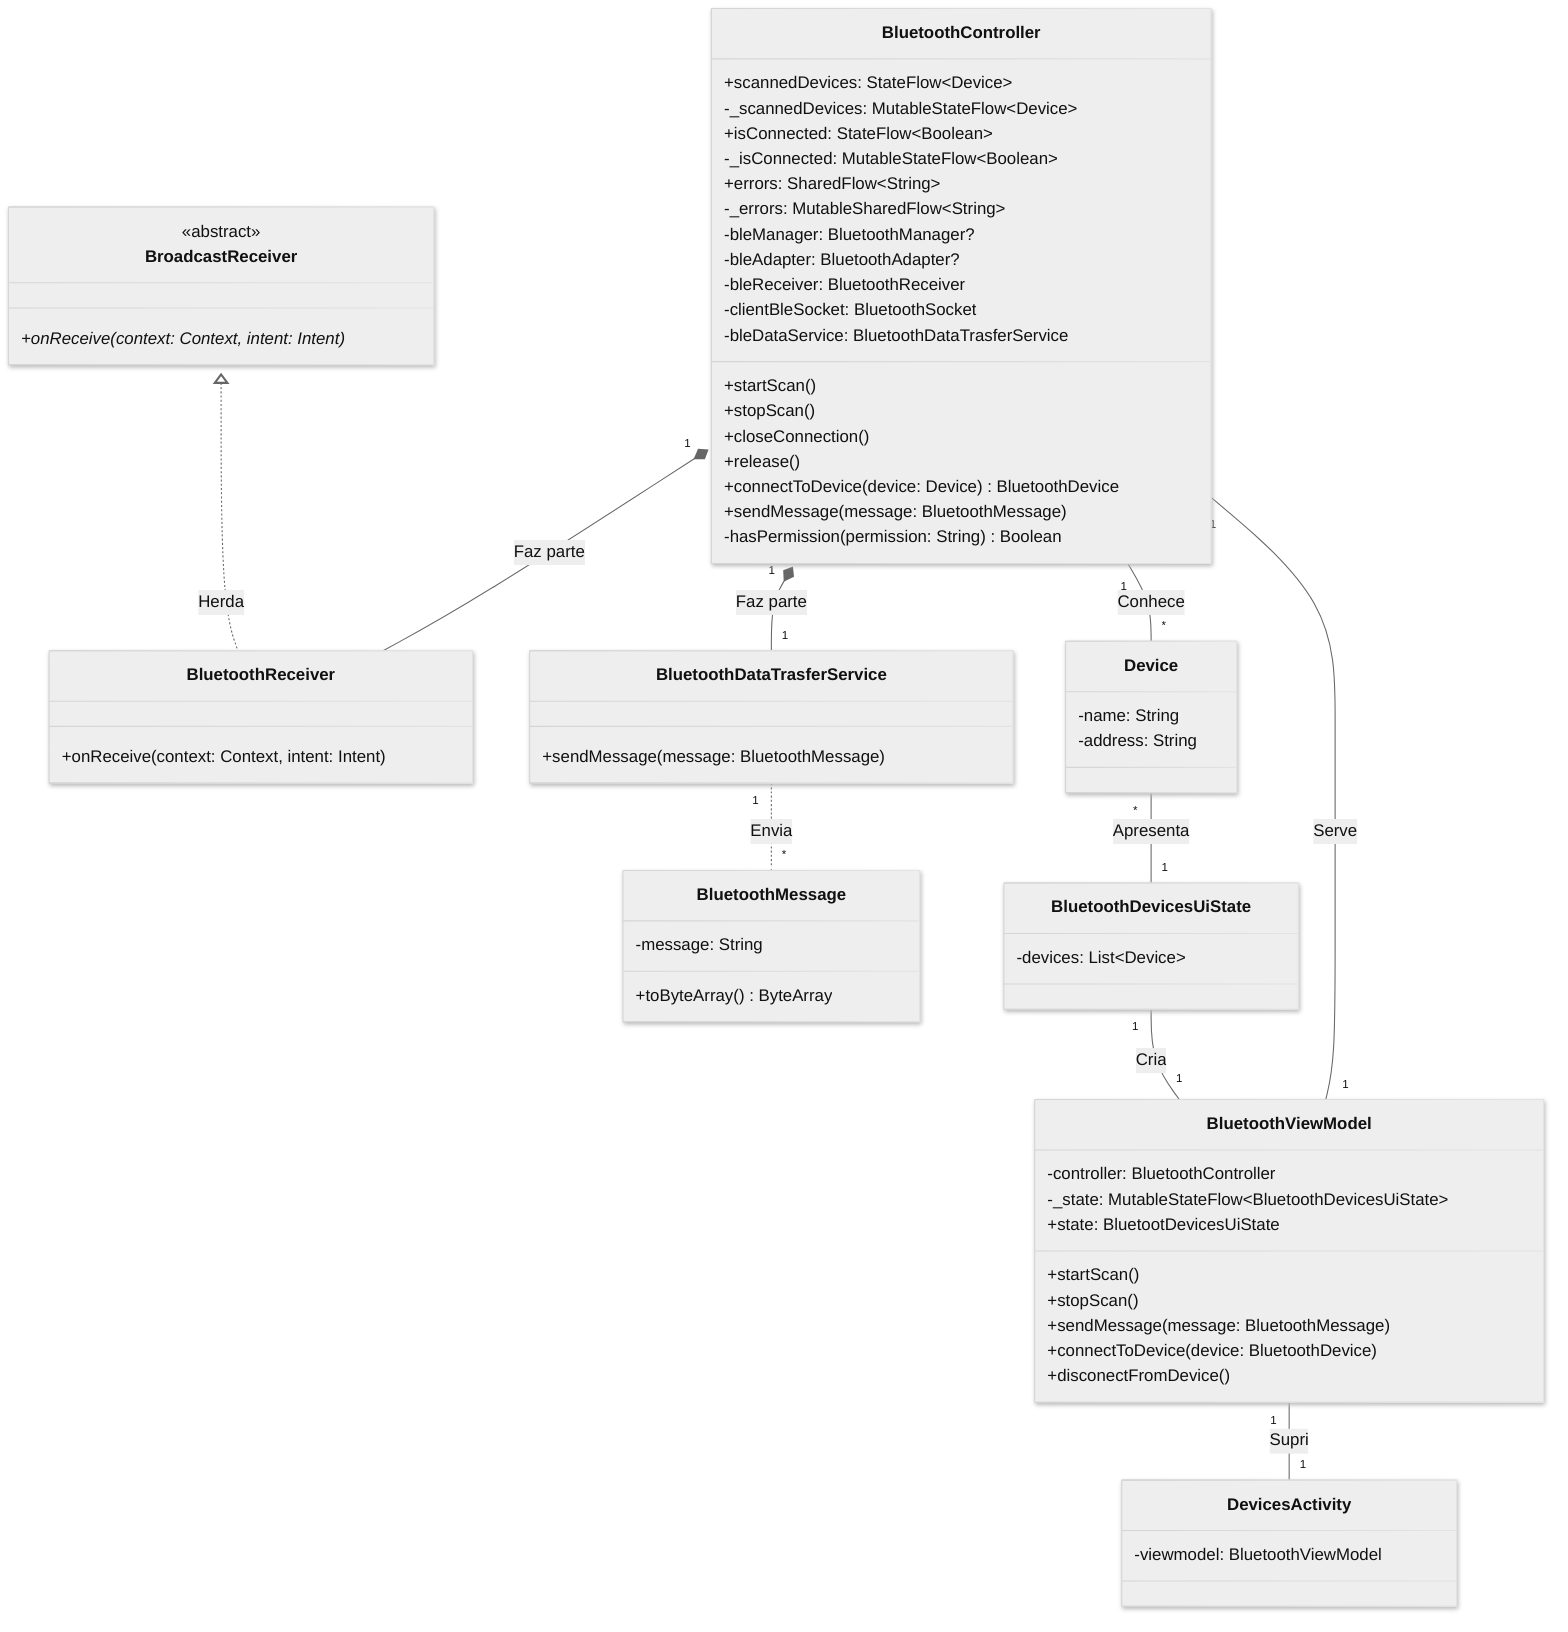
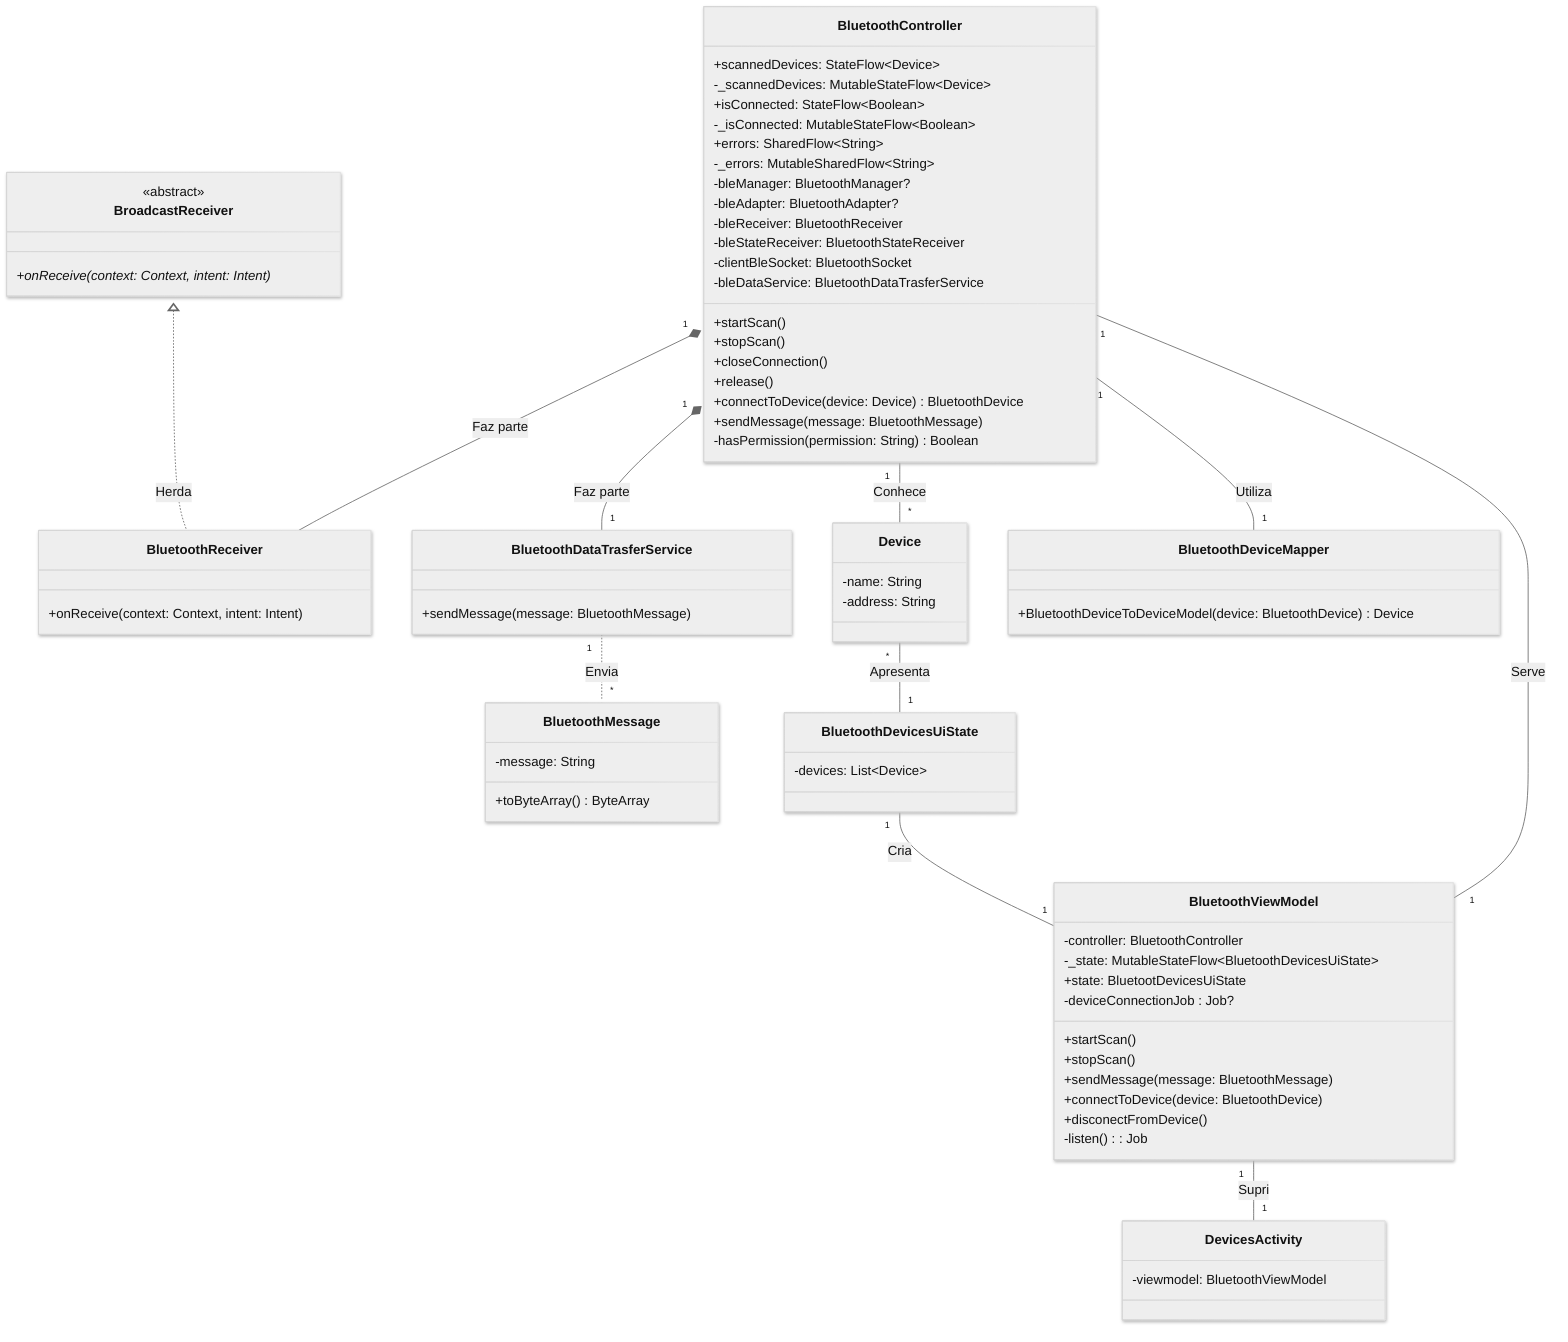
---
config:
  theme: neutral
  look: neo
---
classDiagram
-     BluetoothController "1" *-- "1" BluetoothReceiver: Faz parte
-     BluetoothController "1" *-- "1" BluetoothDataTrasferService: Faz parte
-     BluetoothController "1" -- "*" Device: Conhece
- 
-     BroadcastReceiver <|.. BluetoothReceiver: Herda
- 
-     BluetoothDataTrasferService "1" .. "*" BluetoothMessage: Envia
- 
-     Device "*" -- "1" BluetoothDevicesUiState: Apresenta
- 
-     BluetoothDevicesUiState "1" -- "1" BluetoothViewModel: Cria
-     BluetoothViewModel "1" -- "1" BluetoothController: Serve
-     BluetoothViewModel "1" -- "1" DevicesActivity: Supri
- 
    class BluetoothController {
- 
        +scannedDevices: StateFlow~Device~
        -_scannedDevices: MutableStateFlow~Device~
        +isConnected: StateFlow~Boolean~
        -_isConnected: MutableStateFlow~Boolean~
        +errors: SharedFlow~String~
        -_errors: MutableSharedFlow~String~
- 
        -bleManager: BluetoothManager?
        -bleAdapter: BluetoothAdapter?
        -bleReceiver: BluetoothReceiver
- 
+         -bleStateReceiver: BluetoothStateReceiver
        -clientBleSocket: BluetoothSocket
        -bleDataService: BluetoothDataTrasferService
- 
        +startScan()
        +stopScan()
        +closeConnection()
        +release()
- 
        +connectToDevice(device: Device) BluetoothDevice
        +sendMessage(message: BluetoothMessage)
- 
        -hasPermission(permission: String) Boolean
-     }
- 
- 
- 
-     class BroadcastReceiver {
-         <<abstract>>
-         +onReceive(context: Context, intent: Intent)*
    }

    class BluetoothReceiver {
        +onReceive(context: Context, intent: Intent)
+     }
+ 
+     class BluetoothDataTrasferService {
+         +sendMessage(message: BluetoothMessage)
    }

    class Device {
        -name: String
        -address: String
    }

-     class BluetoothDataTrasferService {
-         +sendMessage(message: BluetoothMessage)
+     class BluetoothDeviceMapper {
+         +BluetoothDeviceToDeviceModel(device: BluetoothDevice) Device
+     }
+ 
+     class BroadcastReceiver {
+         +onReceive(context: Context, intent: Intent)*
    }

    class BluetoothMessage {
        -message: String
        +toByteArray() ByteArray
    }

    class BluetoothDevicesUiState {
        -devices: List~Device~
    }

+     class DevicesActivity {
+         -viewmodel: BluetoothViewModel
+     }
+ 
    class BluetoothViewModel {
        -controller: BluetoothController
        -_state: MutableStateFlow~BluetoothDevicesUiState~
        +state: BluetootDevicesUiState
+         -deviceConnectionJob : Job?
        +startScan()
        +stopScan()
        +sendMessage(message: BluetoothMessage)
        +connectToDevice(device: BluetoothDevice)
        +disconectFromDevice()
+         -listen(): Job
    }

-     class DevicesActivity {
-         -viewmodel: BluetoothViewModel
-     }+     <<abstract>> BroadcastReceiver
+ 
+     BluetoothController "1" *-- "1" BluetoothReceiver : Faz parte
+     BluetoothController "1" *-- "1" BluetoothDataTrasferService : Faz parte
+     BluetoothController "1" -- "*" Device : Conhece
+     BluetoothController "1" -- "1" BluetoothDeviceMapper : Utiliza
+     BroadcastReceiver <|.. BluetoothReceiver : Herda
+     BluetoothDataTrasferService "1" .. "*" BluetoothMessage : Envia
+     Device "*" -- "1" BluetoothDevicesUiState : Apresenta
+     BluetoothDevicesUiState "1" -- "1" BluetoothViewModel : Cria
+     BluetoothViewModel "1" -- "1" BluetoothController : Serve
+     BluetoothViewModel "1" -- "1" DevicesActivity : Supri
